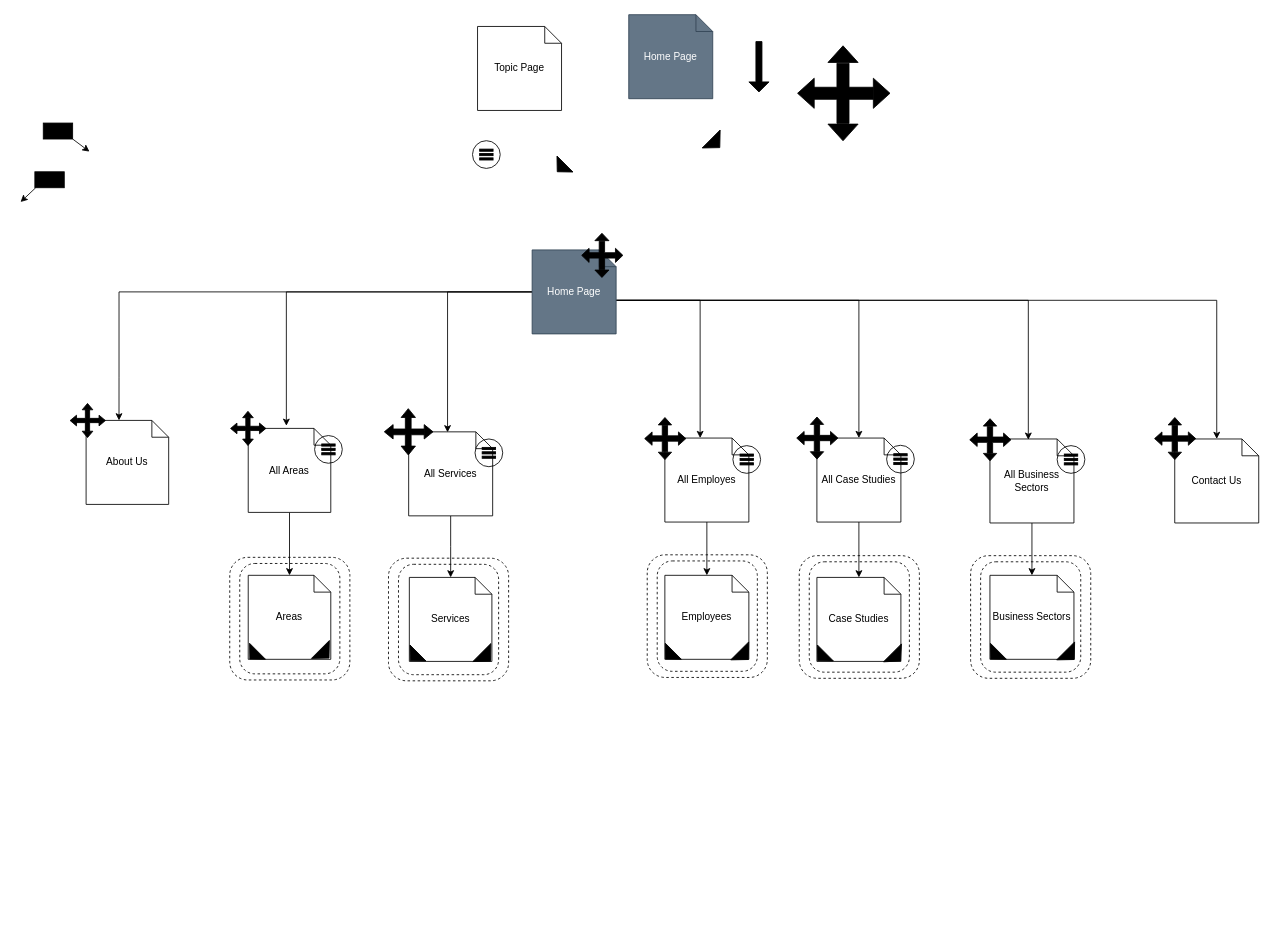
Earlier version of the draw.io diagram Design Documents/P-IDM-new.drawio (manzomanze/HypermediaApplicationsProject-Manzella-Messuti-Pelagatti-Pellizzer). Source tidied: cells renumbered, new cells numbered last; positions are measured from the earlier drawing's top-left corner, leaving out a move shared by most shapes. Both pictures are drawn from the tidied source at 84%, with x=0, y=0 at pixel (20, 14).
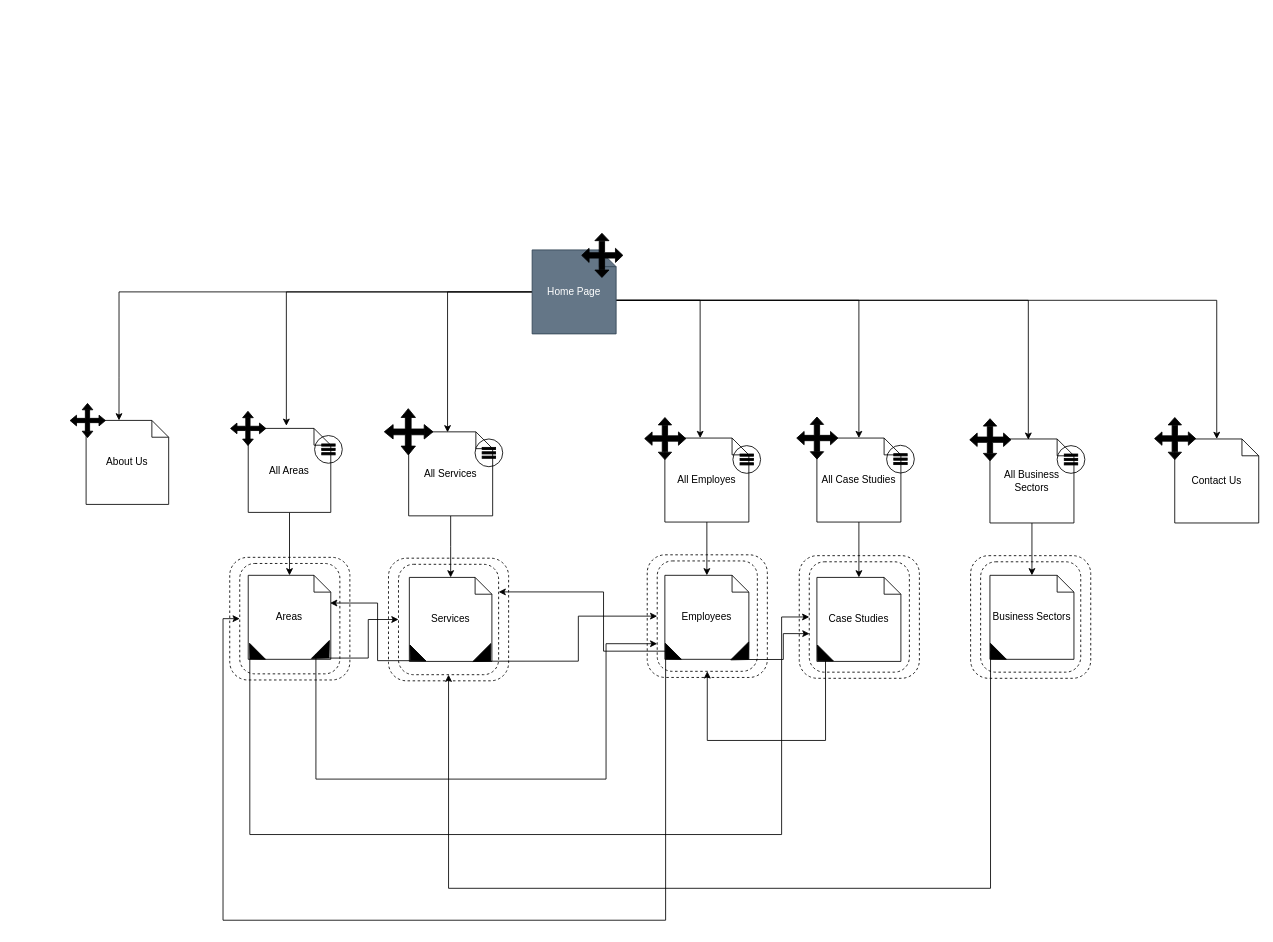
Above is the later version.

The change refers to these unchanged cells:
```xml
<mxCell id="4" style="rounded=1;whiteSpace=wrap;html=1;glass=0;strokeColor=#000000;strokeWidth=1;fillColor=none;dashed=1;" parent="2" vertex="1">
  <mxGeometry x="11.9" y="7.3" width="119.2" height="131.4" as="geometry" />
</mxCell>
<mxCell id="95" value="&lt;div&gt;Areas&lt;/div&gt;" style="shape=note;size=20;whiteSpace=wrap;html=1;" parent="1" vertex="1">
  <mxGeometry x="271" y="667.4" width="98.3" height="100" as="geometry" />
</mxCell>
<mxCell id="113" style="rounded=1;whiteSpace=wrap;html=1;glass=0;strokeColor=#000000;strokeWidth=1;fillColor=none;dashed=1;" parent="111" vertex="1">
  <mxGeometry x="11.9" y="7.3" width="119.2" height="131.4" as="geometry" />
</mxCell>
<mxCell id="114" style="triangle;whiteSpace=wrap;html=1;rotation=135;fillColor=#000000;" parent="111" vertex="1">
  <mxGeometry x="24" y="104" width="13" height="26.9" as="geometry" />
</mxCell>
<mxCell id="115" style="triangle;whiteSpace=wrap;html=1;rotation=45;fillColor=#000000;" parent="111" vertex="1">
  <mxGeometry x="109" y="102.4" width="14.5" height="30.2" as="geometry" />
</mxCell>
<mxCell id="118" style="rounded=1;whiteSpace=wrap;html=1;glass=0;strokeColor=#000000;strokeWidth=1;fillColor=none;dashed=1;" parent="116" vertex="1">
  <mxGeometry x="11.9" y="7.3" width="119.2" height="131.4" as="geometry" />
</mxCell>
<mxCell id="119" style="triangle;whiteSpace=wrap;html=1;rotation=135;fillColor=#000000;" parent="116" vertex="1">
  <mxGeometry x="20" y="106" width="13" height="26.9" as="geometry" />
</mxCell>
<mxCell id="120" style="triangle;whiteSpace=wrap;html=1;rotation=45;fillColor=#000000;" parent="116" vertex="1">
  <mxGeometry x="108" y="104.4" width="14.5" height="30.2" as="geometry" />
</mxCell>
<mxCell id="121" style="group;" parent="1" vertex="1">
  <mxGeometry x="927" y="644" width="143" height="146" as="geometry" />
</mxCell>
<mxCell id="123" style="rounded=1;whiteSpace=wrap;html=1;glass=0;strokeColor=#000000;strokeWidth=1;fillColor=none;dashed=1;" parent="121" vertex="1">
  <mxGeometry x="11.9" y="7.3" width="119.2" height="131.4" as="geometry" />
</mxCell>
<mxCell id="124" style="triangle;whiteSpace=wrap;html=1;rotation=135;fillColor=#000000;" parent="121" vertex="1">
  <mxGeometry x="20" y="107" width="13" height="26.9" as="geometry" />
</mxCell>
<mxCell id="126" style="group;" parent="1" vertex="1">
  <mxGeometry x="1131" y="644" width="143" height="146" as="geometry" />
</mxCell>
<mxCell id="129" style="triangle;whiteSpace=wrap;html=1;rotation=135;fillColor=#000000;" parent="126" vertex="1">
  <mxGeometry x="22" y="105" width="13" height="26.9" as="geometry" />
</mxCell>
<mxCell id="131" style="triangle;whiteSpace=wrap;html=1;rotation=135;fillColor=#000000;" parent="1" vertex="1">
  <mxGeometry x="271" y="749" width="13" height="26.9" as="geometry" />
</mxCell>
<mxCell id="132" style="triangle;whiteSpace=wrap;html=1;rotation=45;fillColor=#000000;" parent="1" vertex="1">
  <mxGeometry x="354.8" y="745.7" width="14.5" height="30.2" as="geometry" />
</mxCell>
```

What changed in the source:
```diff
@@
-    <mxCell id="5" value="&lt;div&gt;Topic Page&lt;/div&gt;" style="shape=note;size=20;whiteSpace=wrap;html=1;" parent="1" vertex="1">
-      <mxGeometry x="544" y="14" width="100" height="100" as="geometry" />
-    </mxCell>
-    <mxCell id="6" value="&lt;div&gt;Home Page&lt;/div&gt;" style="shape=note;size=20;whiteSpace=wrap;html=1;fillColor=#647687;strokeColor=#314354;fontColor=#ffffff;" parent="1" vertex="1">
-      <mxGeometry x="724" width="100" height="100" as="geometry" />
-    </mxCell>
@@
-    <mxCell id="15" style="group;" parent="1" vertex="1">
-      <mxGeometry x="538" y="150" width="33" height="33" as="geometry" />
-    </mxCell>
-    <mxCell id="16" style="shape=parallelMarker;direction=south;html=1;" parent="15" vertex="1">
-      <mxGeometry x="8.5" y="10" width="16" height="13" as="geometry" />
-    </mxCell>
-    <mxCell id="17" style="ellipse;whiteSpace=wrap;html=1;fillColor=none;" parent="15" vertex="1">
-      <mxGeometry width="33" height="33" as="geometry" />
-    </mxCell>
-    <mxCell id="18" style="shape=singleArrow;direction=south;whiteSpace=wrap;html=1;fillColor=#000000;" parent="1" vertex="1">
-      <mxGeometry x="867" y="32" width="24" height="60" as="geometry" />
-    </mxCell>
-    <mxCell id="19" style="group;" parent="1" vertex="1">
-      <mxGeometry x="925" y="37.1" width="110" height="112.9" as="geometry" />
-    </mxCell>
-    <mxCell id="20" style="shape=cross;whiteSpace=wrap;html=1;fillColor=#000000;" parent="19" vertex="1">
-      <mxGeometry x="18" y="20.6" width="72.1" height="71.7" as="geometry" />
-    </mxCell>
-    <mxCell id="21" style="triangle;whiteSpace=wrap;html=1;fillColor=#000000;rotation=-90;" parent="19" vertex="1">
-      <mxGeometry x="44.2" y="-8.1" width="19.8" height="35.9" as="geometry" />
-    </mxCell>
-    <mxCell id="22" style="triangle;whiteSpace=wrap;html=1;fillColor=#000000;rotation=0;" parent="19" vertex="1">
-      <mxGeometry x="90.2" y="38.5" width="19.8" height="35.9" as="geometry" />
-    </mxCell>
-    <mxCell id="23" style="triangle;whiteSpace=wrap;html=1;fillColor=#000000;rotation=90;" parent="19" vertex="1">
-      <mxGeometry x="44.2" y="85.1" width="19.8" height="35.9" as="geometry" />
-    </mxCell>
-    <mxCell id="24" style="triangle;whiteSpace=wrap;html=1;fillColor=#000000;rotation=-180;" parent="19" vertex="1">
-      <mxGeometry y="38.5" width="19.8" height="35.9" as="geometry" />
-    </mxCell>
@@
-    <mxCell id="31" style="triangle;whiteSpace=wrap;html=1;rotation=45;fillColor=#000000;" parent="1" vertex="1">
-      <mxGeometry x="820" y="138" width="14.5" height="30.2" as="geometry" />
-    </mxCell>
-    <mxCell id="32" style="rounded=0;whiteSpace=wrap;html=1;fillColor=#000000;strokeColor=#000000;" parent="1" vertex="1">
-      <mxGeometry x="27" y="129" width="35" height="19" as="geometry" />
-    </mxCell>
-    <mxCell id="33" style="endArrow=classic;html=1;exitX=1;exitY=1;exitDx=0;exitDy=0;" parent="1" edge="1" source="32">
-      <mxGeometry relative="1" as="geometry">
-        <mxPoint x="82" y="163" as="targetPoint" />
-      </mxGeometry>
-    </mxCell>
-    <mxCell id="34" style="triangle;whiteSpace=wrap;html=1;rotation=135;fillColor=#000000;" parent="1" vertex="1">
-      <mxGeometry x="637" y="168.9" width="13" height="26.9" as="geometry" />
-    </mxCell>
@@
-    <mxCell id="45" style="rounded=0;whiteSpace=wrap;html=1;fillColor=#000000;strokeColor=#000000;" parent="1" vertex="1">
-      <mxGeometry x="17" y="187" width="35" height="19" as="geometry" />
-    </mxCell>
-    <mxCell id="46" style="endArrow=classic;html=1;" parent="1" edge="1">
-      <mxGeometry relative="1" as="geometry">
-        <mxPoint x="18" y="206" as="sourcePoint" />
-        <mxPoint y="223" as="targetPoint" />
-      </mxGeometry>
-    </mxCell>
@@
-    <mxCell id="125" style="triangle;whiteSpace=wrap;html=1;rotation=45;fillColor=#000000;" parent="121" vertex="1">
-      <mxGeometry x="109" y="105.4" width="13.5" height="30.2" as="geometry" />
-    </mxCell>
@@
-    <mxCell id="130" style="triangle;whiteSpace=wrap;html=1;rotation=45;fillColor=#000000;" parent="126" vertex="1">
-      <mxGeometry x="111" y="103.4" width="14.5" height="30.2" as="geometry" />
-    </mxCell>
+    <mxCell id="133" style="edgeStyle=orthogonalEdgeStyle;rounded=0;jettySize=auto;html=1;exitX=1;exitY=0.5;exitDx=0;exitDy=0;entryX=0;entryY=0.5;entryDx=0;entryDy=0;" parent="1" edge="1" source="131" target="123">
+      <mxGeometry relative="1" as="geometry">
+        <Array as="points">
+          <mxPoint x="273" y="976" />
+          <mxPoint x="906" y="976" />
+          <mxPoint x="906" y="717" />
+        </Array>
+      </mxGeometry>
+    </mxCell>
@@
+    <mxCell id="134" style="edgeStyle=orthogonalEdgeStyle;rounded=0;jettySize=auto;html=1;exitX=1;exitY=0.5;exitDx=0;exitDy=0;entryX=0;entryY=0.5;entryDx=0;entryDy=0;" parent="1" edge="1" source="132" target="113">
+      <mxGeometry relative="1" as="geometry" />
+    </mxCell>
+    <mxCell id="135" style="edgeStyle=orthogonalEdgeStyle;rounded=0;jettySize=auto;html=1;exitX=0;exitY=0.75;exitDx=0;exitDy=0;entryX=0;entryY=0.75;entryDx=0;entryDy=0;" parent="1" edge="1" source="132" target="118">
+      <mxGeometry relative="1" as="geometry">
+        <Array as="points">
+          <mxPoint x="352" y="910" />
+          <mxPoint x="697" y="910" />
+          <mxPoint x="697" y="749" />
+        </Array>
+      </mxGeometry>
+    </mxCell>
@@
+    <mxCell id="136" style="edgeStyle=orthogonalEdgeStyle;rounded=0;jettySize=auto;html=1;exitX=1;exitY=0.5;exitDx=0;exitDy=0;entryX=0.992;entryY=0.33;entryDx=0;entryDy=0;entryPerimeter=0;" parent="1" edge="1" source="114" target="95">
+      <mxGeometry relative="1" as="geometry">
+        <Array as="points">
+          <mxPoint x="425" y="769" />
+          <mxPoint x="425" y="700" />
+        </Array>
+      </mxGeometry>
+    </mxCell>
+    <mxCell id="137" style="edgeStyle=orthogonalEdgeStyle;rounded=0;jettySize=auto;html=1;exitX=1;exitY=0.5;exitDx=0;exitDy=0;entryX=0;entryY=0.5;entryDx=0;entryDy=0;" parent="1" edge="1" source="115" target="118">
+      <mxGeometry relative="1" as="geometry" />
+    </mxCell>
+    <mxCell id="138" style="edgeStyle=orthogonalEdgeStyle;rounded=0;jettySize=auto;html=1;exitX=1;exitY=0.5;exitDx=0;exitDy=0;entryX=0;entryY=0.5;entryDx=0;entryDy=0;" parent="1" edge="1" source="119" target="4">
+      <mxGeometry relative="1" as="geometry">
+        <Array as="points">
+          <mxPoint x="768" y="1078" />
+          <mxPoint x="241" y="1078" />
+          <mxPoint x="241" y="719" />
+        </Array>
+      </mxGeometry>
+    </mxCell>
+    <mxCell id="139" style="edgeStyle=orthogonalEdgeStyle;rounded=0;jettySize=auto;html=1;exitX=0.5;exitY=1;exitDx=0;exitDy=0;entryX=1;entryY=0.25;entryDx=0;entryDy=0;" parent="1" edge="1" source="119" target="113">
+      <mxGeometry relative="1" as="geometry">
+        <Array as="points">
+          <mxPoint x="694" y="758" />
+          <mxPoint x="694" y="687" />
+        </Array>
+      </mxGeometry>
+    </mxCell>
+    <mxCell id="140" style="edgeStyle=orthogonalEdgeStyle;rounded=0;jettySize=auto;html=1;exitX=1;exitY=0.5;exitDx=0;exitDy=0;entryX=0.002;entryY=0.651;entryDx=0;entryDy=0;entryPerimeter=0;" parent="1" edge="1" source="120" target="123">
+      <mxGeometry relative="1" as="geometry" />
+    </mxCell>
+    <mxCell id="141" style="edgeStyle=orthogonalEdgeStyle;rounded=0;jettySize=auto;html=1;exitX=0.5;exitY=0;exitDx=0;exitDy=0;entryX=0.5;entryY=1;entryDx=0;entryDy=0;" parent="1" edge="1" source="124" target="118">
+      <mxGeometry relative="1" as="geometry">
+        <Array as="points">
+          <mxPoint x="958" y="864" />
+          <mxPoint x="818" y="864" />
+        </Array>
+      </mxGeometry>
+    </mxCell>
+    <mxCell id="142" style="edgeStyle=orthogonalEdgeStyle;rounded=0;jettySize=auto;html=1;exitX=0.5;exitY=1;exitDx=0;exitDy=0;entryX=0.5;entryY=1;entryDx=0;entryDy=0;" parent="1" edge="1" source="129" target="113">
+      <mxGeometry relative="1" as="geometry">
+        <Array as="points">
+          <mxPoint x="1155" y="1040" />
+          <mxPoint x="510" y="1040" />
+        </Array>
+      </mxGeometry>
+    </mxCell>
```
